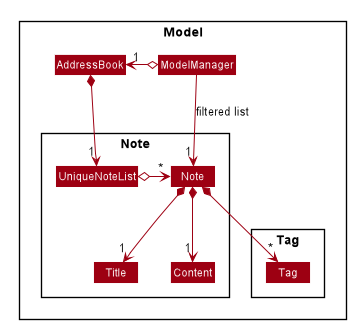
Above: docs/images/samDiagrams/NoteModelClassDiagram.png in nus-cs2103-AY1920S1/addressbook-level3 (PlantUML), before the change.
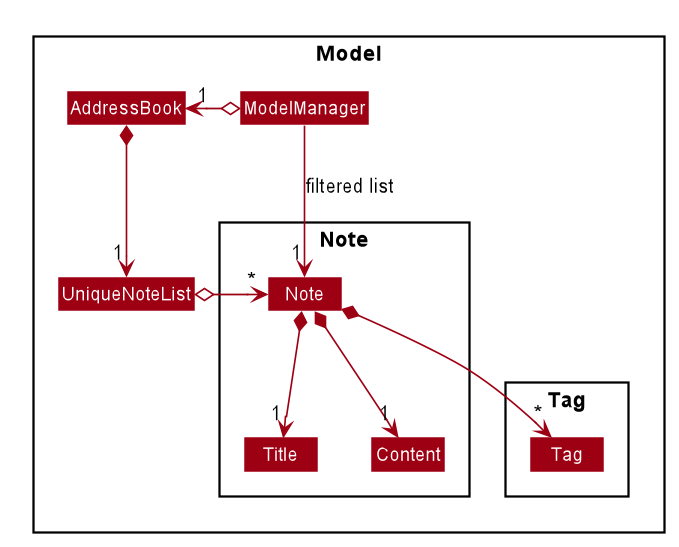
Above is the later version.

Commit message:
Edited Note Class Diagram to reflect UniqueNoteList as being outside Note class.

Diff of the diagram source:
```diff
@@ -54,12 +54,12 @@
 Package Model <<Rectangle>>{
 Class AddressBook
 Class ModelManager
+Class UniqueNoteList
 
 Package Note {
 Class Note
 Class Title
 Class Content
-Class UniqueNoteList
 }
 
 Package Tag {
@@ -69,8 +69,8 @@
 
 ModelManager o-left-> "1" AddressBook
 
-AddressBook *-left-> "1" UniqueNoteList
-UniqueNoteList o-right-> "*" Note
+AddressBook *--> "1" UniqueNoteList
+UniqueNoteList o-left-> "*" Note
 Note *--> "1" Title
 Note *--> "1" Content
 Note *--> "*" Tag
```
